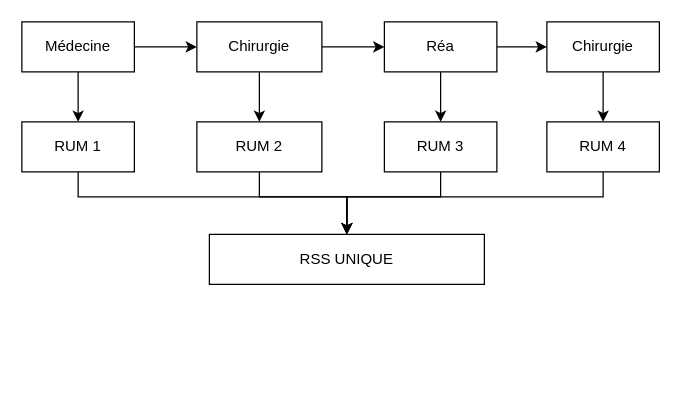
eriam/Diagrammes keeps this draw.io diagram as page "RSS" (2 of 2) of RUM.drawio. Above is the earlier version. Source tidied: cells renumbered, new cells numbered last; positions are measured from the earlier drawing's top-left corner, leaving out a move shared by most shapes. Both pictures are drawn from the tidied source at 125%, with x=0, y=0 at pixel (21, 21).
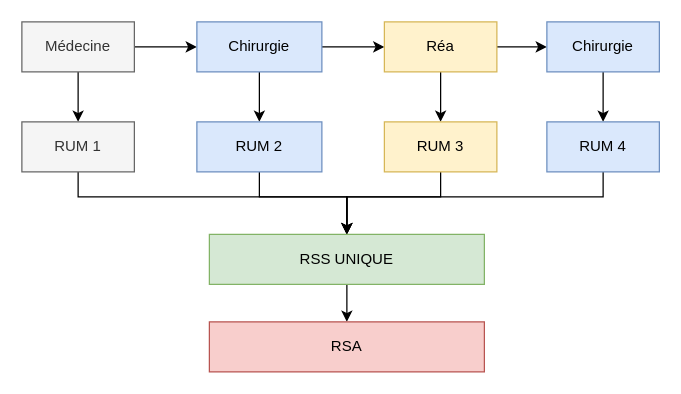
The same page after the edit.

What changed in the source:
```diff
@@
-    <mxCell id="4" value="Médecine" style="rounded=0;whiteSpace=wrap;html=1;" parent="1" vertex="1">
+    <mxCell id="4" value="Médecine" style="rounded=0;whiteSpace=wrap;html=1;fillColor=#f5f5f5;fontColor=#333333;strokeColor=#666666;" parent="1" vertex="1">
       <mxGeometry width="90" height="40" as="geometry" />
     </mxCell>
@@
-    <mxCell id="7" value="Chirurgie" style="rounded=0;whiteSpace=wrap;html=1;" parent="1" vertex="1">
+    <mxCell id="7" value="Chirurgie" style="rounded=0;whiteSpace=wrap;html=1;fillColor=#dae8fc;strokeColor=#6c8ebf;" parent="1" vertex="1">
       <mxGeometry x="140" width="100" height="40" as="geometry" />
     </mxCell>
@@
-    <mxCell id="10" value="Réa" style="rounded=0;whiteSpace=wrap;html=1;" parent="1" vertex="1">
+    <mxCell id="10" value="Réa" style="rounded=0;whiteSpace=wrap;html=1;fillColor=#fff2cc;strokeColor=#d6b656;" parent="1" vertex="1">
       <mxGeometry x="290" width="90" height="40" as="geometry" />
     </mxCell>
@@
-    <mxCell id="12" value="Chirurgie" style="rounded=0;whiteSpace=wrap;html=1;" parent="1" vertex="1">
+    <mxCell id="12" value="Chirurgie" style="rounded=0;whiteSpace=wrap;html=1;fillColor=#dae8fc;strokeColor=#6c8ebf;" parent="1" vertex="1">
       <mxGeometry x="420" width="90" height="40" as="geometry" />
     </mxCell>
@@
-    <mxCell id="14" value="RUM 1" style="rounded=0;whiteSpace=wrap;html=1;" parent="1" vertex="1">
+    <mxCell id="14" value="RUM 1" style="rounded=0;whiteSpace=wrap;html=1;fillColor=#f5f5f5;fontColor=#333333;strokeColor=#666666;" parent="1" vertex="1">
       <mxGeometry y="80" width="90" height="40" as="geometry" />
     </mxCell>
@@
-    <mxCell id="16" value="RUM 2" style="rounded=0;whiteSpace=wrap;html=1;" parent="1" vertex="1">
+    <mxCell id="16" value="RUM 2" style="rounded=0;whiteSpace=wrap;html=1;fillColor=#dae8fc;strokeColor=#6c8ebf;" parent="1" vertex="1">
       <mxGeometry x="140" y="80" width="100" height="40" as="geometry" />
     </mxCell>
@@
-    <mxCell id="18" value="RUM 3" style="rounded=0;whiteSpace=wrap;html=1;" parent="1" vertex="1">
+    <mxCell id="18" value="RUM 3" style="rounded=0;whiteSpace=wrap;html=1;fillColor=#fff2cc;strokeColor=#d6b656;" parent="1" vertex="1">
       <mxGeometry x="290" y="80" width="90" height="40" as="geometry" />
     </mxCell>
@@
-    <mxCell id="20" value="RUM 4" style="rounded=0;whiteSpace=wrap;html=1;" parent="1" vertex="1">
+    <mxCell id="20" value="RUM 4" style="rounded=0;whiteSpace=wrap;html=1;fillColor=#dae8fc;strokeColor=#6c8ebf;" parent="1" vertex="1">
       <mxGeometry x="420" y="80" width="90" height="40" as="geometry" />
     </mxCell>
+    <mxCell id="22" style="edgeStyle=orthogonalEdgeStyle;rounded=0;jettySize=auto;html=1;" parent="1" edge="1" source="21">
+      <mxGeometry relative="1" as="geometry">
+        <mxPoint x="260" y="240" as="targetPoint" />
+      </mxGeometry>
+    </mxCell>
-    <mxCell id="21" value="RSS UNIQUE" style="rounded=0;whiteSpace=wrap;html=1;" parent="1" vertex="1">
+    <mxCell id="21" value="RSS UNIQUE" style="rounded=0;whiteSpace=wrap;html=1;fillColor=#d5e8d4;strokeColor=#82b366;" parent="1" vertex="1">
       <mxGeometry x="150" y="170" width="220" height="40" as="geometry" />
     </mxCell>
+    <mxCell id="23" value="RSA" style="rounded=0;whiteSpace=wrap;html=1;fillColor=#f8cecc;strokeColor=#b85450;" parent="1" vertex="1">
+      <mxGeometry x="150" y="240" width="220" height="40" as="geometry" />
+    </mxCell>
```
